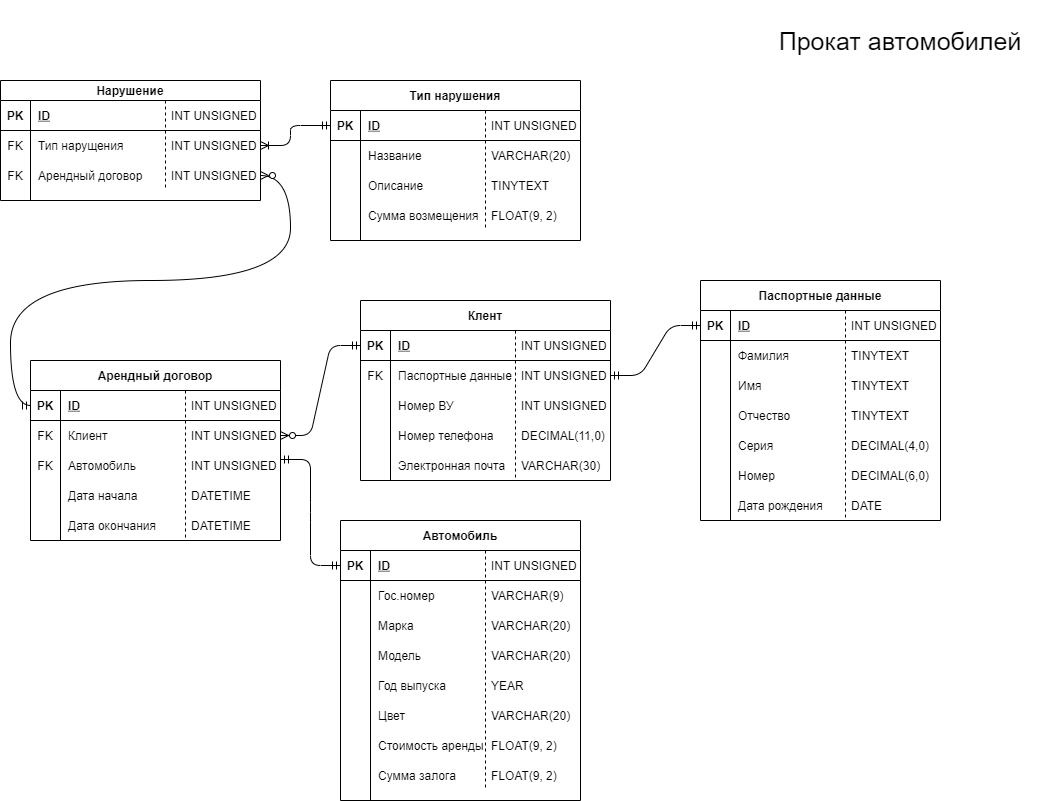
Earlier version of the draw.io export er/market.physics.drawio.png (agrowein/database-project). Source tidied: cells renumbered, new cells last; positions are measured from the earlier drawing's top-left corner, leaving out a move shared by most shapes.
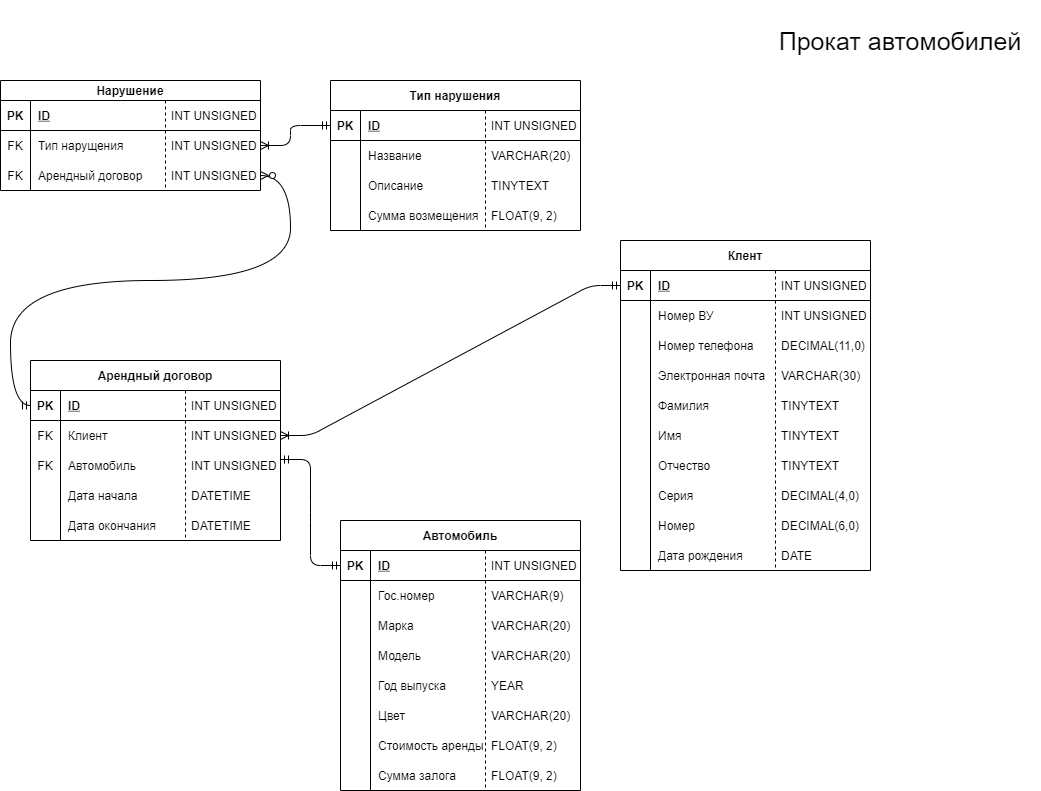
The same file after the commit.

The edit, as a diff of the source:
```diff
@@ -8,3 +8,3 @@
     <mxCell id="3" value="Автомобиль" style="shape=table;startSize=30;rowLines=0;fontStyle=1;align=center;" parent="1" vertex="1">
-      <mxGeometry x="340" y="520" width="240" height="280" as="geometry" />
+      <mxGeometry x="340" y="520" width="240" height="270" as="geometry" />
     </mxCell>
@@ -83,3 +83,3 @@
     <mxCell id="28" value="Клент" style="shape=table;startSize=30;rowLines=0;fontStyle=1;align=center;" parent="1" vertex="1">
-      <mxGeometry x="360" y="300" width="250" height="180" as="geometry" />
+      <mxGeometry x="620" y="240" width="250" height="330" as="geometry" />
     </mxCell>
@@ -94,13 +94,4 @@
     </mxCell>
-    <mxCell id="32" style="shape=partialRectangle;fillColor=none;top=0;left=0;bottom=0;right=0;points=[[0,0.5],[1,0.5]];portConstraint=eastwest;" parent="28" vertex="1">
-      <mxGeometry y="60" width="250" height="30" as="geometry" />
-    </mxCell>
-    <mxCell id="33" value="FK" style="shape=partialRectangle;fillColor=none;top=0;left=0;bottom=0;right=0;overflow=hidden;" parent="32" vertex="1">
-      <mxGeometry width="30" height="30" as="geometry" />
-    </mxCell>
-    <mxCell id="34" value="Паспортные данные" style="shape=partialRectangle;fillColor=none;top=0;left=0;bottom=0;right=0;align=left;spacingLeft=6;overflow=hidden;" parent="32" vertex="1">
-      <mxGeometry x="30" width="220" height="30" as="geometry" />
-    </mxCell>
     <mxCell id="35" style="shape=partialRectangle;fillColor=none;top=0;left=0;bottom=0;right=0;" parent="28" vertex="1">
-      <mxGeometry y="90" width="250" height="30" as="geometry" />
+      <mxGeometry y="60" width="250" height="30" as="geometry" />
     </mxCell>
@@ -113,3 +104,3 @@
     <mxCell id="38" style="shape=partialRectangle;fillColor=none;top=0;left=0;bottom=0;right=0;" parent="28" vertex="1">
-      <mxGeometry y="120" width="250" height="30" as="geometry" />
+      <mxGeometry y="90" width="250" height="30" as="geometry" />
     </mxCell>
@@ -122,3 +113,3 @@
     <mxCell id="41" style="shape=partialRectangle;fillColor=none;top=0;left=0;bottom=0;right=0;" parent="28" vertex="1">
-      <mxGeometry y="150" width="250" height="30" as="geometry" />
+      <mxGeometry y="120" width="250" height="30" as="geometry" />
     </mxCell>
@@ -130,64 +121,4 @@
     </mxCell>
-    <mxCell id="44" value="Арендный договор" style="shape=table;startSize=30;rowLines=0;fontStyle=1;align=center;" parent="1" vertex="1">
-      <mxGeometry x="30" y="360" width="250" height="180" as="geometry" />
-    </mxCell>
-    <mxCell id="45" style="shape=partialRectangle;fillColor=none;top=0;left=0;bottom=1;right=0;points=[[0,0.5],[1,0.5]];portConstraint=eastwest;" parent="44" vertex="1">
-      <mxGeometry y="30" width="250" height="30" as="geometry" />
-    </mxCell>
-    <mxCell id="46" value="PK" style="shape=partialRectangle;fillColor=none;top=0;left=0;bottom=0;right=0;fontStyle=1;overflow=hidden;" parent="45" vertex="1">
-      <mxGeometry width="30" height="30" as="geometry" />
-    </mxCell>
-    <mxCell id="47" value="ID" style="shape=partialRectangle;fillColor=none;top=0;left=0;bottom=0;right=0;align=left;spacingLeft=6;fontStyle=5;overflow=hidden;" parent="45" vertex="1">
-      <mxGeometry x="30" width="220" height="30" as="geometry" />
-    </mxCell>
-    <mxCell id="48" style="shape=partialRectangle;fillColor=none;top=0;left=0;bottom=0;right=0;points=[[0,0.5],[1,0.5]];portConstraint=eastwest;" parent="44" vertex="1">
-      <mxGeometry y="60" width="250" height="30" as="geometry" />
-    </mxCell>
-    <mxCell id="49" value="FK" style="shape=partialRectangle;fillColor=none;top=0;left=0;bottom=0;right=0;overflow=hidden;" parent="48" vertex="1">
-      <mxGeometry width="30" height="30" as="geometry" />
-    </mxCell>
-    <mxCell id="50" value="Клиент" style="shape=partialRectangle;fillColor=none;top=0;left=0;bottom=0;right=0;align=left;spacingLeft=6;overflow=hidden;" parent="48" vertex="1">
-      <mxGeometry x="30" width="220" height="30" as="geometry" />
-    </mxCell>
-    <mxCell id="51" style="shape=partialRectangle;fillColor=none;top=0;left=0;bottom=0;right=0;points=[[0,0.5],[1,0.5]];portConstraint=eastwest;" parent="44" vertex="1">
-      <mxGeometry y="90" width="250" height="30" as="geometry" />
-    </mxCell>
-    <mxCell id="52" value="FK" style="shape=partialRectangle;fillColor=none;top=0;left=0;bottom=0;right=0;overflow=hidden;" parent="51" vertex="1">
-      <mxGeometry width="30" height="30" as="geometry" />
-    </mxCell>
-    <mxCell id="53" value="Автомобиль" style="shape=partialRectangle;fillColor=none;top=0;left=0;bottom=0;right=0;align=left;spacingLeft=6;overflow=hidden;" parent="51" vertex="1">
-      <mxGeometry x="30" width="220" height="30" as="geometry" />
-    </mxCell>
-    <mxCell id="54" style="shape=partialRectangle;fillColor=none;top=0;left=0;bottom=0;right=0;" parent="44" vertex="1">
-      <mxGeometry y="120" width="250" height="30" as="geometry" />
-    </mxCell>
-    <mxCell id="55" style="shape=partialRectangle;fillColor=none;top=0;left=0;bottom=0;right=0;overflow=hidden;" parent="54" vertex="1">
-      <mxGeometry width="30" height="30" as="geometry" />
-    </mxCell>
-    <mxCell id="56" value="Дата начала" style="shape=partialRectangle;fillColor=none;top=0;left=0;bottom=0;right=0;align=left;spacingLeft=6;overflow=hidden;" parent="54" vertex="1">
-      <mxGeometry x="30" width="220" height="30" as="geometry" />
-    </mxCell>
-    <mxCell id="57" style="shape=partialRectangle;fillColor=none;top=0;left=0;bottom=0;right=0;" parent="44" vertex="1">
-      <mxGeometry y="150" width="250" height="30" as="geometry" />
-    </mxCell>
-    <mxCell id="58" style="shape=partialRectangle;fillColor=none;top=0;left=0;bottom=0;right=0;overflow=hidden;" parent="57" vertex="1">
-      <mxGeometry width="30" height="30" as="geometry" />
-    </mxCell>
-    <mxCell id="59" value="Дата окончания" style="shape=partialRectangle;fillColor=none;top=0;left=0;bottom=0;right=0;align=left;spacingLeft=6;overflow=hidden;" parent="57" vertex="1">
-      <mxGeometry x="30" width="220" height="30" as="geometry" />
-    </mxCell>
-    <mxCell id="60" value="Паспортные данные" style="shape=table;startSize=30;rowLines=0;fontStyle=1;align=center;" parent="1" vertex="1">
-      <mxGeometry x="700" y="280" width="240" height="240" as="geometry" />
-    </mxCell>
-    <mxCell id="61" style="shape=partialRectangle;fillColor=none;top=0;left=0;bottom=1;right=0;points=[[0,0.5],[1,0.5]];portConstraint=eastwest;" parent="60" vertex="1">
-      <mxGeometry y="30" width="240" height="30" as="geometry" />
-    </mxCell>
-    <mxCell id="62" value="PK" style="shape=partialRectangle;fillColor=none;top=0;left=0;bottom=0;right=0;fontStyle=1;overflow=hidden;" parent="61" vertex="1">
-      <mxGeometry width="30" height="30" as="geometry" />
-    </mxCell>
-    <mxCell id="63" value="ID" style="shape=partialRectangle;fillColor=none;top=0;left=0;bottom=0;right=0;align=left;spacingLeft=6;fontStyle=5;overflow=hidden;" parent="61" vertex="1">
-      <mxGeometry x="30" width="210" height="30" as="geometry" />
-    </mxCell>
-    <mxCell id="64" style="shape=partialRectangle;fillColor=none;top=0;left=0;bottom=0;right=0;" parent="60" vertex="1">
-      <mxGeometry y="60" width="240" height="30" as="geometry" />
+    <mxCell id="64" style="shape=partialRectangle;fillColor=none;top=0;left=0;bottom=0;right=0;" parent="28" vertex="1">
+      <mxGeometry y="150" width="250" height="30" as="geometry" />
     </mxCell>
@@ -197,6 +128,6 @@
     <mxCell id="66" value="Фамилия" style="shape=partialRectangle;fillColor=none;top=0;left=0;bottom=0;right=0;align=left;spacingLeft=6;overflow=hidden;" parent="64" vertex="1">
-      <mxGeometry x="30" width="210" height="30" as="geometry" />
+      <mxGeometry x="30" width="220" height="30" as="geometry" />
     </mxCell>
-    <mxCell id="67" style="shape=partialRectangle;fillColor=none;top=0;left=0;bottom=0;right=0;" parent="60" vertex="1">
-      <mxGeometry y="90" width="240" height="30" as="geometry" />
+    <mxCell id="67" style="shape=partialRectangle;fillColor=none;top=0;left=0;bottom=0;right=0;" parent="28" vertex="1">
+      <mxGeometry y="180" width="250" height="30" as="geometry" />
     </mxCell>
@@ -206,6 +137,6 @@
     <mxCell id="69" value="Имя" style="shape=partialRectangle;fillColor=none;top=0;left=0;bottom=0;right=0;align=left;spacingLeft=6;overflow=hidden;" parent="67" vertex="1">
-      <mxGeometry x="30" width="210" height="30" as="geometry" />
+      <mxGeometry x="30" width="220" height="30" as="geometry" />
     </mxCell>
-    <mxCell id="70" style="shape=partialRectangle;fillColor=none;top=0;left=0;bottom=0;right=0;" parent="60" vertex="1">
-      <mxGeometry y="120" width="240" height="30" as="geometry" />
+    <mxCell id="70" style="shape=partialRectangle;fillColor=none;top=0;left=0;bottom=0;right=0;" parent="28" vertex="1">
+      <mxGeometry y="210" width="250" height="30" as="geometry" />
     </mxCell>
@@ -215,6 +146,6 @@
     <mxCell id="72" value="Отчество" style="shape=partialRectangle;fillColor=none;top=0;left=0;bottom=0;right=0;align=left;spacingLeft=6;overflow=hidden;" parent="70" vertex="1">
-      <mxGeometry x="30" width="210" height="30" as="geometry" />
+      <mxGeometry x="30" width="220" height="30" as="geometry" />
     </mxCell>
-    <mxCell id="73" style="shape=partialRectangle;fillColor=none;top=0;left=0;bottom=0;right=0;" parent="60" vertex="1">
-      <mxGeometry y="150" width="240" height="30" as="geometry" />
+    <mxCell id="73" style="shape=partialRectangle;fillColor=none;top=0;left=0;bottom=0;right=0;" parent="28" vertex="1">
+      <mxGeometry y="240" width="250" height="30" as="geometry" />
     </mxCell>
@@ -224,6 +155,6 @@
     <mxCell id="75" value="Серия" style="shape=partialRectangle;fillColor=none;top=0;left=0;bottom=0;right=0;align=left;spacingLeft=6;overflow=hidden;" parent="73" vertex="1">
-      <mxGeometry x="30" width="210" height="30" as="geometry" />
+      <mxGeometry x="30" width="220" height="30" as="geometry" />
     </mxCell>
-    <mxCell id="76" style="shape=partialRectangle;fillColor=none;top=0;left=0;bottom=0;right=0;" parent="60" vertex="1">
-      <mxGeometry y="180" width="240" height="30" as="geometry" />
+    <mxCell id="76" style="shape=partialRectangle;fillColor=none;top=0;left=0;bottom=0;right=0;" parent="28" vertex="1">
+      <mxGeometry y="270" width="250" height="30" as="geometry" />
     </mxCell>
@@ -233,6 +164,6 @@
     <mxCell id="78" value="Номер" style="shape=partialRectangle;fillColor=none;top=0;left=0;bottom=0;right=0;align=left;spacingLeft=6;overflow=hidden;" parent="76" vertex="1">
-      <mxGeometry x="30" width="210" height="30" as="geometry" />
+      <mxGeometry x="30" width="220" height="30" as="geometry" />
     </mxCell>
-    <mxCell id="79" style="shape=partialRectangle;fillColor=none;top=0;left=0;bottom=0;right=0;" parent="60" vertex="1">
-      <mxGeometry y="210" width="240" height="30" as="geometry" />
+    <mxCell id="79" style="shape=partialRectangle;fillColor=none;top=0;left=0;bottom=0;right=0;" parent="28" vertex="1">
+      <mxGeometry y="300" width="250" height="30" as="geometry" />
     </mxCell>
@@ -242,6 +173,54 @@
     <mxCell id="81" value="Дата рождения" style="shape=partialRectangle;fillColor=none;top=0;left=0;bottom=0;right=0;align=left;spacingLeft=6;overflow=hidden;" parent="79" vertex="1">
-      <mxGeometry x="30" width="210" height="30" as="geometry" />
+      <mxGeometry x="30" width="220" height="30" as="geometry" />
     </mxCell>
+    <mxCell id="44" value="Арендный договор" style="shape=table;startSize=30;rowLines=0;fontStyle=1;align=center;" parent="1" vertex="1">
+      <mxGeometry x="30" y="360" width="250" height="180" as="geometry" />
+    </mxCell>
+    <mxCell id="45" style="shape=partialRectangle;fillColor=none;top=0;left=0;bottom=1;right=0;points=[[0,0.5],[1,0.5]];portConstraint=eastwest;" parent="44" vertex="1">
+      <mxGeometry y="30" width="250" height="30" as="geometry" />
+    </mxCell>
+    <mxCell id="46" value="PK" style="shape=partialRectangle;fillColor=none;top=0;left=0;bottom=0;right=0;fontStyle=1;overflow=hidden;" parent="45" vertex="1">
+      <mxGeometry width="30" height="30" as="geometry" />
+    </mxCell>
+    <mxCell id="47" value="ID" style="shape=partialRectangle;fillColor=none;top=0;left=0;bottom=0;right=0;align=left;spacingLeft=6;fontStyle=5;overflow=hidden;" parent="45" vertex="1">
+      <mxGeometry x="30" width="220" height="30" as="geometry" />
+    </mxCell>
+    <mxCell id="48" style="shape=partialRectangle;fillColor=none;top=0;left=0;bottom=0;right=0;points=[[0,0.5],[1,0.5]];portConstraint=eastwest;" parent="44" vertex="1">
+      <mxGeometry y="60" width="250" height="30" as="geometry" />
+    </mxCell>
+    <mxCell id="49" value="FK" style="shape=partialRectangle;fillColor=none;top=0;left=0;bottom=0;right=0;overflow=hidden;" parent="48" vertex="1">
+      <mxGeometry width="30" height="30" as="geometry" />
+    </mxCell>
+    <mxCell id="50" value="Клиент" style="shape=partialRectangle;fillColor=none;top=0;left=0;bottom=0;right=0;align=left;spacingLeft=6;overflow=hidden;" parent="48" vertex="1">
+      <mxGeometry x="30" width="220" height="30" as="geometry" />
+    </mxCell>
+    <mxCell id="51" style="shape=partialRectangle;fillColor=none;top=0;left=0;bottom=0;right=0;points=[[0,0.5],[1,0.5]];portConstraint=eastwest;" parent="44" vertex="1">
+      <mxGeometry y="90" width="250" height="30" as="geometry" />
+    </mxCell>
+    <mxCell id="52" value="FK" style="shape=partialRectangle;fillColor=none;top=0;left=0;bottom=0;right=0;overflow=hidden;" parent="51" vertex="1">
+      <mxGeometry width="30" height="30" as="geometry" />
+    </mxCell>
+    <mxCell id="53" value="Автомобиль" style="shape=partialRectangle;fillColor=none;top=0;left=0;bottom=0;right=0;align=left;spacingLeft=6;overflow=hidden;" parent="51" vertex="1">
+      <mxGeometry x="30" width="220" height="30" as="geometry" />
+    </mxCell>
+    <mxCell id="54" style="shape=partialRectangle;fillColor=none;top=0;left=0;bottom=0;right=0;" parent="44" vertex="1">
+      <mxGeometry y="120" width="250" height="30" as="geometry" />
+    </mxCell>
+    <mxCell id="55" style="shape=partialRectangle;fillColor=none;top=0;left=0;bottom=0;right=0;overflow=hidden;" parent="54" vertex="1">
+      <mxGeometry width="30" height="30" as="geometry" />
+    </mxCell>
+    <mxCell id="56" value="Дата начала" style="shape=partialRectangle;fillColor=none;top=0;left=0;bottom=0;right=0;align=left;spacingLeft=6;overflow=hidden;" parent="54" vertex="1">
+      <mxGeometry x="30" width="220" height="30" as="geometry" />
+    </mxCell>
+    <mxCell id="57" style="shape=partialRectangle;fillColor=none;top=0;left=0;bottom=0;right=0;" parent="44" vertex="1">
+      <mxGeometry y="150" width="250" height="30" as="geometry" />
+    </mxCell>
+    <mxCell id="58" style="shape=partialRectangle;fillColor=none;top=0;left=0;bottom=0;right=0;overflow=hidden;" parent="57" vertex="1">
+      <mxGeometry width="30" height="30" as="geometry" />
+    </mxCell>
+    <mxCell id="59" value="Дата окончания" style="shape=partialRectangle;fillColor=none;top=0;left=0;bottom=0;right=0;align=left;spacingLeft=6;overflow=hidden;" parent="57" vertex="1">
+      <mxGeometry x="30" width="220" height="30" as="geometry" />
+    </mxCell>
     <mxCell id="82" value="Нарушение" style="shape=table;startSize=20;rowLines=0;fontStyle=1;align=center;" parent="1" vertex="1">
-      <mxGeometry y="80" width="260" height="120" as="geometry" />
+      <mxGeometry y="80" width="260" height="110" as="geometry" />
     </mxCell>
@@ -275,3 +254,3 @@
     <mxCell id="92" value="Тип нарушения" style="shape=table;startSize=30;rowLines=0;fontStyle=1;align=center;" parent="1" vertex="1">
-      <mxGeometry x="330" y="80" width="250" height="160" as="geometry" />
+      <mxGeometry x="330" y="80" width="250" height="150" as="geometry" />
     </mxCell>
@@ -313,5 +292,2 @@
     </mxCell>
-    <mxCell id="105" style="edgeStyle=entityRelationEdgeStyle;fontSize=12;html=1;endArrow=ERmandOne;startArrow=ERmandOne;exitX=1;exitY=0.5;exitDx=0;exitDy=0;entryX=0;entryY=0.5;entryDx=0;entryDy=0;" parent="1" edge="1" source="32" target="61">
-      <mxGeometry relative="1" as="geometry" />
-    </mxCell>
     <mxCell id="106" style="edgeStyle=orthogonalEdgeStyle;fontSize=12;html=1;endArrow=ERmandOne;endFill=0;exitX=1;exitY=0.5;exitDx=0;exitDy=0;startArrow=ERzeroToMany;startFill=1;entryX=0;entryY=0.5;entryDx=0;entryDy=0;elbow=vertical;curved=1;" parent="1" edge="1" source="89" target="45">
@@ -341,3 +317,3 @@
     </mxCell>
-    <mxCell id="109" style="edgeStyle=entityRelationEdgeStyle;fontSize=12;html=1;endArrow=ERmandOne;exitX=1;exitY=0.5;exitDx=0;exitDy=0;entryX=0;entryY=0.5;entryDx=0;entryDy=0;startArrow=ERzeroToMany;startFill=1;" parent="1" edge="1" source="48" target="29">
+    <mxCell id="109" style="edgeStyle=entityRelationEdgeStyle;fontSize=12;html=1;endArrow=ERmandOne;exitX=1;exitY=0.5;exitDx=0;exitDy=0;entryX=0;entryY=0.5;entryDx=0;entryDy=0;startArrow=ERoneToMany;startFill=0;" parent="1" edge="1" source="48" target="29">
       <mxGeometry relative="1" as="geometry" />
@@ -368,10 +344,4 @@
     </mxCell>
-    <mxCell id="118" value="INT UNSIGNED" style="shape=partialRectangle;fillColor=none;align=left;verticalAlign=middle;strokeColor=none;spacingLeft=34;" parent="1" vertex="1">
-      <mxGeometry x="815" y="310" width="125" height="30" as="geometry" />
-    </mxCell>
-    <mxCell id="119" style="shape=partialRectangle;top=0;left=0;bottom=0;fillColor=none;stokeWidth=1;dashed=1;align=left;verticalAlign=middle;spacingLeft=4;spacingRight=4;overflow=hidden;" parent="118" vertex="1">
-      <mxGeometry width="30" height="30" as="geometry" />
-    </mxCell>
     <mxCell id="120" value="INT UNSIGNED" style="shape=partialRectangle;fillColor=none;align=left;verticalAlign=middle;strokeColor=none;spacingLeft=34;" parent="1" vertex="1">
-      <mxGeometry x="485" y="330" width="125" height="30" as="geometry" />
+      <mxGeometry x="745" y="270" width="125" height="30" as="geometry" />
     </mxCell>
@@ -404,10 +374,4 @@
     </mxCell>
-    <mxCell id="130" value="INT UNSIGNED" style="shape=partialRectangle;fillColor=none;align=left;verticalAlign=middle;strokeColor=none;spacingLeft=34;" parent="1" vertex="1">
-      <mxGeometry x="485" y="360" width="125" height="30" as="geometry" />
-    </mxCell>
-    <mxCell id="131" style="shape=partialRectangle;top=0;left=0;bottom=0;fillColor=none;stokeWidth=1;dashed=1;align=left;verticalAlign=middle;spacingLeft=4;spacingRight=4;overflow=hidden;" parent="130" vertex="1">
-      <mxGeometry width="30" height="30" as="geometry" />
-    </mxCell>
     <mxCell id="132" value="INT UNSIGNED" style="shape=partialRectangle;fillColor=none;align=left;verticalAlign=middle;strokeColor=none;spacingLeft=34;" parent="1" vertex="1">
-      <mxGeometry x="485" y="390" width="125" height="30" as="geometry" />
+      <mxGeometry x="745" y="300" width="125" height="30" as="geometry" />
     </mxCell>
@@ -417,3 +381,3 @@
     <mxCell id="134" value="TINYTEXT" style="shape=partialRectangle;fillColor=none;align=left;verticalAlign=middle;strokeColor=none;spacingLeft=34;" parent="1" vertex="1">
-      <mxGeometry x="815" y="340" width="125" height="30" as="geometry" />
+      <mxGeometry x="745" y="390" width="125" height="30" as="geometry" />
     </mxCell>
@@ -423,3 +387,3 @@
     <mxCell id="136" value="TINYTEXT" style="shape=partialRectangle;fillColor=none;align=left;verticalAlign=middle;strokeColor=none;spacingLeft=34;" parent="1" vertex="1">
-      <mxGeometry x="815" y="370" width="125" height="30" as="geometry" />
+      <mxGeometry x="745" y="420" width="125" height="30" as="geometry" />
     </mxCell>
@@ -429,3 +393,3 @@
     <mxCell id="138" value="TINYTEXT" style="shape=partialRectangle;fillColor=none;align=left;verticalAlign=middle;strokeColor=none;spacingLeft=34;" parent="1" vertex="1">
-      <mxGeometry x="815" y="400" width="125" height="30" as="geometry" />
+      <mxGeometry x="745" y="450" width="125" height="30" as="geometry" />
     </mxCell>
@@ -435,3 +399,3 @@
     <mxCell id="140" value="DECIMAL(4,0)" style="shape=partialRectangle;fillColor=none;align=left;verticalAlign=middle;strokeColor=none;spacingLeft=34;" parent="1" vertex="1">
-      <mxGeometry x="815" y="430" width="125" height="30" as="geometry" />
+      <mxGeometry x="745" y="480" width="125" height="30" as="geometry" />
     </mxCell>
@@ -441,3 +405,3 @@
     <mxCell id="142" value="DECIMAL(6,0)" style="shape=partialRectangle;fillColor=none;align=left;verticalAlign=middle;strokeColor=none;spacingLeft=34;" parent="1" vertex="1">
-      <mxGeometry x="815" y="460" width="125" height="30" as="geometry" />
+      <mxGeometry x="745" y="510" width="125" height="30" as="geometry" />
     </mxCell>
@@ -447,3 +411,3 @@
     <mxCell id="144" value="DATE" style="shape=partialRectangle;fillColor=none;align=left;verticalAlign=middle;strokeColor=none;spacingLeft=34;" parent="1" vertex="1">
-      <mxGeometry x="815" y="490" width="125" height="30" as="geometry" />
+      <mxGeometry x="745" y="540" width="125" height="30" as="geometry" />
     </mxCell>
@@ -507,3 +471,3 @@
     <mxCell id="164" value="DECIMAL(11,0)" style="shape=partialRectangle;fillColor=none;align=left;verticalAlign=middle;strokeColor=none;spacingLeft=34;" parent="1" vertex="1">
-      <mxGeometry x="485" y="420" width="125" height="30" as="geometry" />
+      <mxGeometry x="745" y="330" width="125" height="30" as="geometry" />
     </mxCell>
@@ -513,3 +477,3 @@
     <mxCell id="166" value="VARCHAR(30)" style="shape=partialRectangle;fillColor=none;align=left;verticalAlign=middle;strokeColor=none;spacingLeft=34;" parent="1" vertex="1">
-      <mxGeometry x="485" y="450" width="125" height="30" as="geometry" />
+      <mxGeometry x="745" y="360" width="125" height="30" as="geometry" />
     </mxCell>
```
